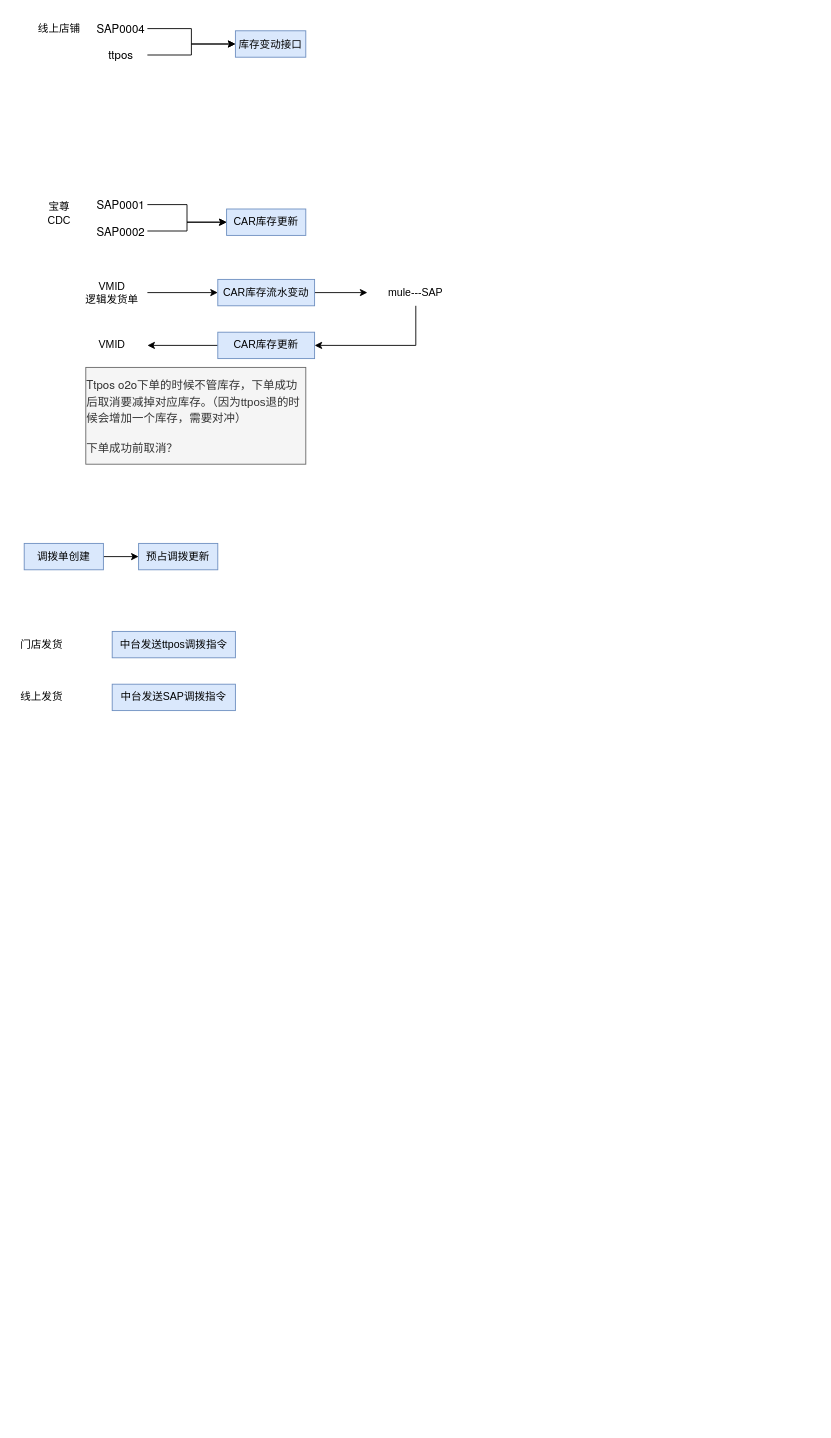
Above: VF/VMID/库存变动同步.drawio in yeahsyoung/diagram (draw.io), before the change. Source tidied: cells renumbered, new cells numbered last; positions are measured from the earlier drawing's top-left corner, leaving out a move shared by most shapes. Both pictures are drawn from the tidied source at 88%, with x=0, y=0 at pixel (15, 15).
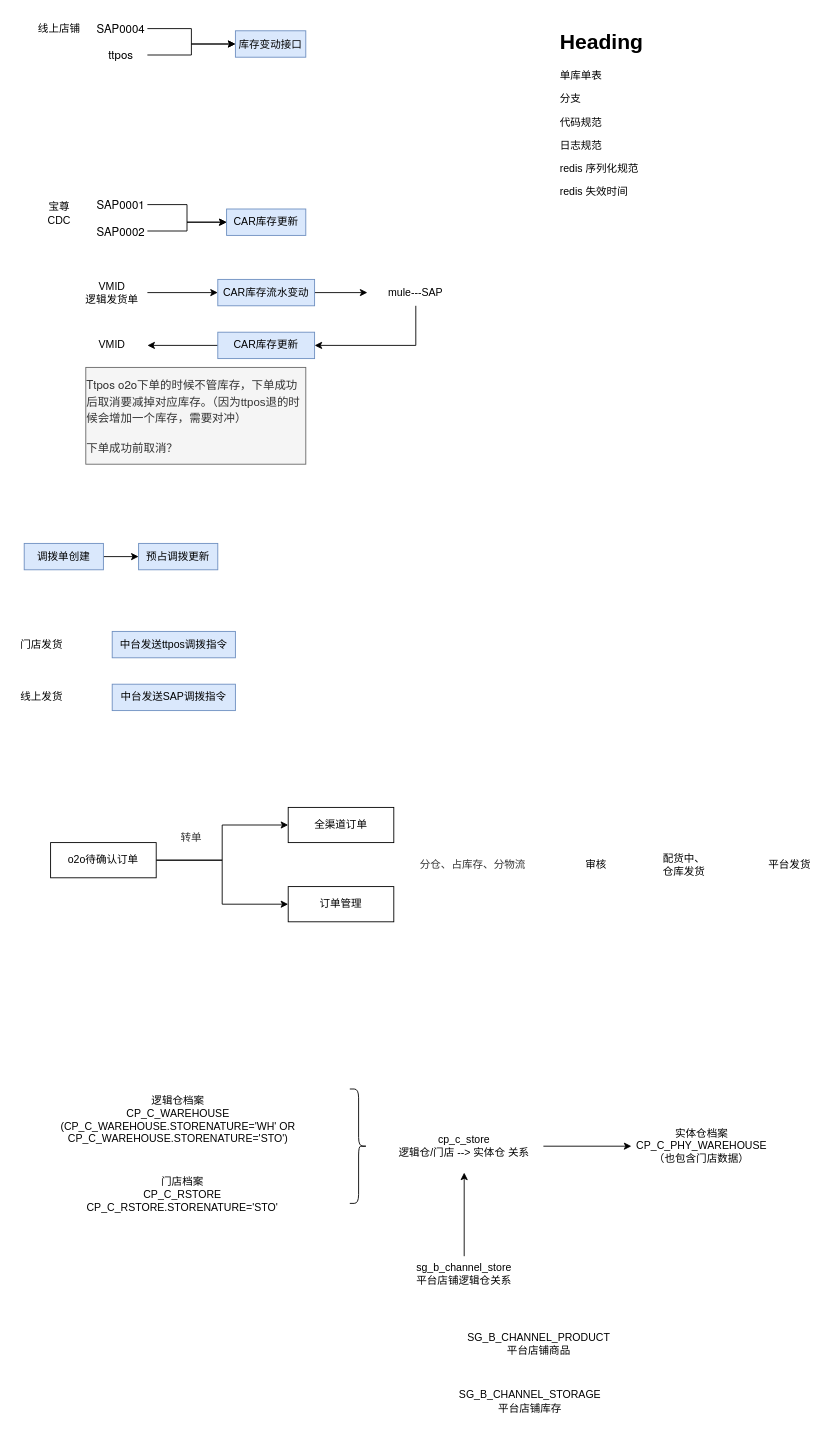
After the change.

Commit message:
更新库存变动同步.drawio

Change to the diagram source:
```diff
@@
+    <mxCell id="31" style="edgeStyle=orthogonalEdgeStyle;rounded=0;jettySize=auto;html=1;" parent="1" edge="1" source="33" target="34">
+      <mxGeometry relative="1" as="geometry" />
+    </mxCell>
+    <mxCell id="32" style="edgeStyle=orthogonalEdgeStyle;rounded=0;jettySize=auto;html=1;exitX=1;exitY=0.5;exitDx=0;exitDy=0;entryX=0;entryY=0.5;entryDx=0;entryDy=0;" parent="1" edge="1" source="33" target="35">
+      <mxGeometry relative="1" as="geometry" />
+    </mxCell>
+    <mxCell id="33" value="o2o待确认订单" style="rounded=0;whiteSpace=wrap;html=1;" parent="1" vertex="1">
+      <mxGeometry x="40" y="940" width="120" height="40" as="geometry" />
+    </mxCell>
+    <mxCell id="34" value="全渠道订单" style="rounded=0;whiteSpace=wrap;html=1;" parent="1" vertex="1">
+      <mxGeometry x="310" y="900" width="120" height="40" as="geometry" />
+    </mxCell>
+    <mxCell id="35" value="订单管理" style="rounded=0;whiteSpace=wrap;html=1;" parent="1" vertex="1">
+      <mxGeometry x="310" y="990" width="120" height="40" as="geometry" />
+    </mxCell>
+    <mxCell id="36" value="转单" style="text;html=1;whiteSpace=wrap;strokeColor=none;fillColor=none;align=center;verticalAlign=middle;rounded=0;fontColor=#333333;" parent="1" vertex="1">
+      <mxGeometry x="170" y="920" width="60" height="30" as="geometry" />
+    </mxCell>
+    <mxCell id="37" value="分仓、占库存、分物流" style="text;html=1;whiteSpace=wrap;strokeColor=none;fillColor=none;align=center;verticalAlign=middle;rounded=0;fontColor=#333333;" parent="1" vertex="1">
+      <mxGeometry x="450" y="950" width="140" height="30" as="geometry" />
+    </mxCell>
+    <mxCell id="38" value="审核" style="text;html=1;whiteSpace=wrap;strokeColor=none;fillColor=none;align=center;verticalAlign=middle;rounded=0;" parent="1" vertex="1">
+      <mxGeometry x="630" y="950" width="60" height="30" as="geometry" />
+    </mxCell>
+    <mxCell id="39" value="配货中、仓库发货" style="text;html=1;whiteSpace=wrap;strokeColor=none;fillColor=none;align=center;verticalAlign=middle;rounded=0;" parent="1" vertex="1">
+      <mxGeometry x="730" y="950" width="60" height="30" as="geometry" />
+    </mxCell>
+    <mxCell id="40" value="平台发货" style="text;html=1;whiteSpace=wrap;strokeColor=none;fillColor=none;align=center;verticalAlign=middle;rounded=0;" parent="1" vertex="1">
+      <mxGeometry x="850" y="950" width="60" height="30" as="geometry" />
+    </mxCell>
+    <mxCell id="41" value="&lt;h1 style=&quot;margin-top: 0px;&quot;&gt;Heading&lt;/h1&gt;&lt;p&gt;单库单表&lt;/p&gt;&lt;p&gt;分支&lt;/p&gt;&lt;p&gt;代码规范&lt;/p&gt;&lt;p&gt;日志规范&lt;/p&gt;&lt;p&gt;redis 序列化规范&lt;/p&gt;&lt;p&gt;redis 失效时间&lt;/p&gt;" style="text;html=1;whiteSpace=wrap;overflow=hidden;rounded=0;" parent="1" vertex="1">
+      <mxGeometry x="617" y="10" width="180" height="240" as="geometry" />
+    </mxCell>
+    <mxCell id="42" value="逻辑仓档案&lt;div&gt;CP_C_WAREHOUSE&lt;/div&gt;&lt;div&gt;(CP_C_WAREHOUSE.STORENATURE='WH' OR CP_C_WAREHOUSE.STORENATURE='STO')&lt;/div&gt;" style="text;html=1;whiteSpace=wrap;strokeColor=none;fillColor=none;align=center;verticalAlign=middle;rounded=0;" parent="1" vertex="1">
+      <mxGeometry x="35" y="1210" width="300" height="90" as="geometry" />
+    </mxCell>
+    <mxCell id="43" value="门店档案&lt;div&gt;CP_C_RSTORE&lt;/div&gt;&lt;div&gt;&lt;span style=&quot;background-color: transparent; color: light-dark(rgb(0, 0, 0), rgb(255, 255, 255));&quot;&gt;CP_C_RSTORE.STORENATURE='STO'&lt;/span&gt;&lt;/div&gt;" style="text;html=1;whiteSpace=wrap;strokeColor=none;fillColor=none;align=center;verticalAlign=middle;rounded=0;" parent="1" vertex="1">
+      <mxGeometry x="60" y="1310" width="260" height="60" as="geometry" />
+    </mxCell>
+    <mxCell id="44" value="实体仓档案&lt;div&gt;CP_C_PHY_WAREHOUSE&lt;/div&gt;&lt;div&gt;（也包含门店数据）&lt;/div&gt;" style="text;html=1;whiteSpace=wrap;strokeColor=none;fillColor=none;align=center;verticalAlign=middle;rounded=0;" parent="1" vertex="1">
+      <mxGeometry x="700" y="1262.5" width="160" height="45" as="geometry" />
+    </mxCell>
+    <mxCell id="45" style="edgeStyle=orthogonalEdgeStyle;rounded=0;jettySize=auto;html=1;exitX=1;exitY=0.5;exitDx=0;exitDy=0;entryX=0;entryY=0.5;entryDx=0;entryDy=0;" parent="1" edge="1" source="46" target="44">
+      <mxGeometry relative="1" as="geometry" />
+    </mxCell>
+    <mxCell id="46" value="cp_c_store&lt;div&gt;逻辑仓/门店 --&amp;gt; 实体仓 关系&lt;/div&gt;" style="text;html=1;whiteSpace=wrap;strokeColor=none;fillColor=none;align=center;verticalAlign=middle;rounded=0;" parent="1" vertex="1">
+      <mxGeometry x="420" y="1255" width="180" height="60" as="geometry" />
+    </mxCell>
+    <mxCell id="47" style="edgeStyle=orthogonalEdgeStyle;rounded=0;jettySize=auto;html=1;exitX=0.5;exitY=0;exitDx=0;exitDy=0;entryX=0.5;entryY=1;entryDx=0;entryDy=0;" parent="1" edge="1" source="48" target="46">
+      <mxGeometry relative="1" as="geometry" />
+    </mxCell>
+    <mxCell id="48" value="sg_b_channel_store&lt;div&gt;平台店铺逻辑仓关系&lt;/div&gt;" style="text;html=1;whiteSpace=wrap;strokeColor=none;fillColor=none;align=center;verticalAlign=middle;rounded=0;" parent="1" vertex="1">
+      <mxGeometry x="415" y="1410" width="190" height="40" as="geometry" />
+    </mxCell>
+    <mxCell id="49" value="SG_B_CHANNEL_PRODUCT&lt;div&gt;平台店铺商品&lt;/div&gt;" style="text;html=1;whiteSpace=wrap;strokeColor=none;fillColor=none;align=center;verticalAlign=middle;rounded=0;" parent="1" vertex="1">
+      <mxGeometry x="500" y="1490" width="190" height="40" as="geometry" />
+    </mxCell>
+    <mxCell id="50" value="SG_B_CHANNEL_STORAGE&lt;div&gt;平台店铺库存&lt;/div&gt;" style="text;html=1;whiteSpace=wrap;strokeColor=none;fillColor=none;align=center;verticalAlign=middle;rounded=0;" parent="1" vertex="1">
+      <mxGeometry x="500" y="1550" width="170" height="50" as="geometry" />
+    </mxCell>
+    <mxCell id="51" style="shape=curlyBracket;whiteSpace=wrap;html=1;rounded=1;flipH=1;labelPosition=right;verticalLabelPosition=middle;align=left;verticalAlign=middle;" parent="1" vertex="1">
+      <mxGeometry x="380" y="1220" width="20" height="130" as="geometry" />
+    </mxCell>
```
